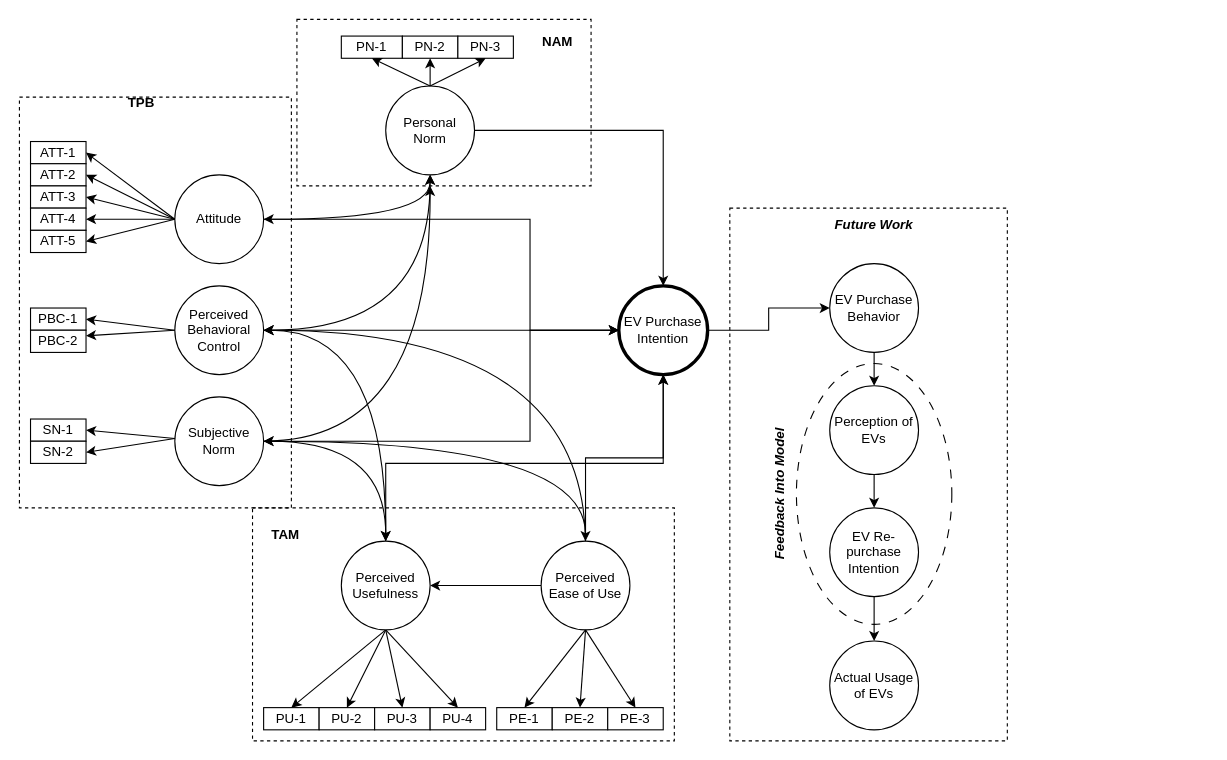
This is research_framework_2.drawio from ChullEPG/taxi-survey, a draw.io file, before an edit. Source tidied: cells renumbered, new cells numbered last; positions are measured from the earlier drawing's top-left corner, leaving out a move shared by most shapes. Both pictures are drawn from the tidied source at 111%, with x=0, y=0 at pixel (19, 19).
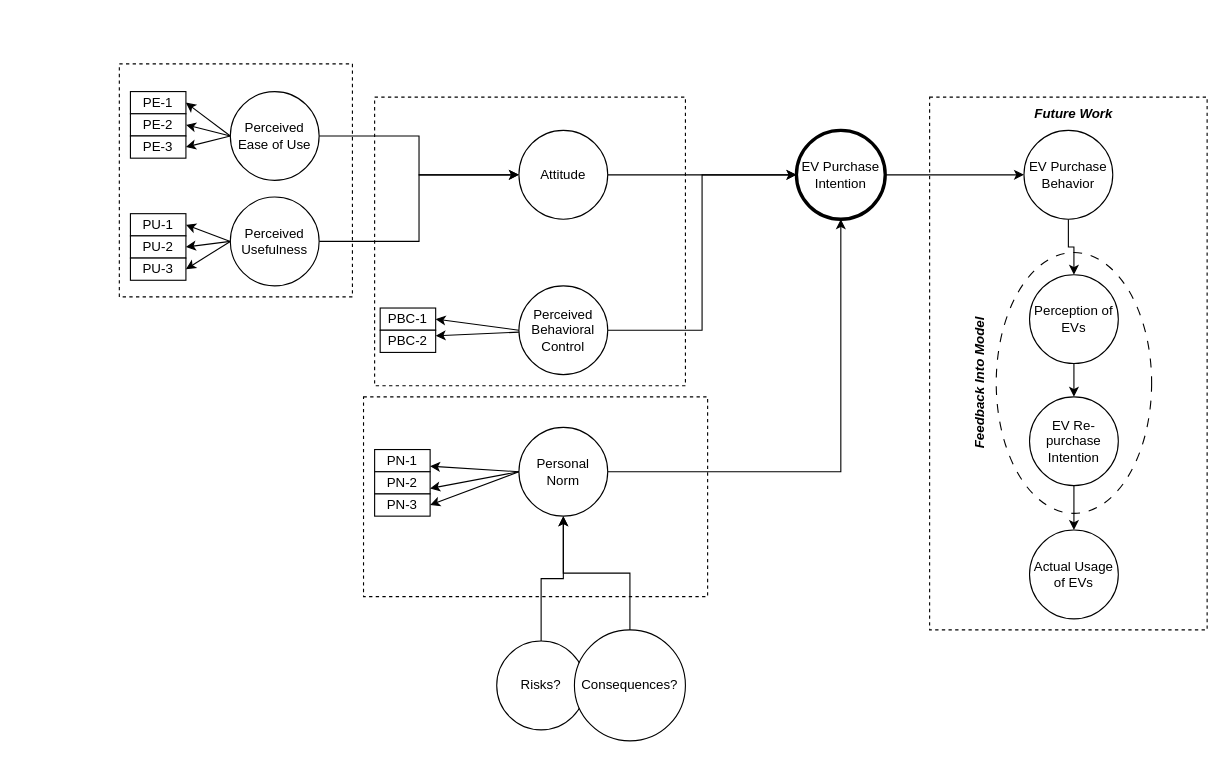
The same diagram, later.

The edit, as a diff of the source:
```diff
@@
-    <mxCell id="2" style="whiteSpace=wrap;html=1;fillColor=none;dashed=1;" parent="1" vertex="1">
-      <mxGeometry x="210" y="440" width="380" height="210" as="geometry" />
-    </mxCell>
-    <mxCell id="3" style="whiteSpace=wrap;html=1;fillColor=none;dashed=1;" parent="1" vertex="1">
-      <mxGeometry x="250" width="265" height="150" as="geometry" />
-    </mxCell>
+    <mxCell id="79" style="rounded=0;whiteSpace=wrap;html=1;fillColor=none;dashed=1;" parent="1" vertex="1">
+      <mxGeometry x="310" y="340" width="310" height="180" as="geometry" />
+    </mxCell>
     <mxCell id="4" style="ellipse;whiteSpace=wrap;html=1;dashed=1;dashPattern=8 8;fillColor=none;" parent="1" vertex="1">
-      <mxGeometry x="700" y="310" width="140" height="235" as="geometry" />
+      <mxGeometry x="880" y="210" width="140" height="235" as="geometry" />
     </mxCell>
     <mxCell id="5" style="whiteSpace=wrap;html=1;fillColor=none;dashed=1;" parent="1" vertex="1">
-      <mxGeometry x="640" y="170" width="250" height="480" as="geometry" />
+      <mxGeometry x="820" y="70" width="250" height="480" as="geometry" />
     </mxCell>
-    <mxCell id="6" style="whiteSpace=wrap;html=1;fillColor=none;dashed=1;" parent="1" vertex="1">
-      <mxGeometry y="70" width="245" height="370" as="geometry" />
-    </mxCell>
-    <mxCell id="7" style="edgeStyle=orthogonalEdgeStyle;rounded=0;jettySize=auto;html=1;entryX=0;entryY=0.5;entryDx=0;entryDy=0;" parent="1" edge="1" source="10" target="66">
-      <mxGeometry relative="1" as="geometry">
-        <Array as="points">
-          <mxPoint x="460" y="180" />
-          <mxPoint x="460" y="280" />
-        </Array>
-      </mxGeometry>
+    <mxCell id="7" style="edgeStyle=orthogonalEdgeStyle;rounded=0;jettySize=auto;html=1;" parent="1" edge="1" source="10" target="66">
+      <mxGeometry relative="1" as="geometry" />
     </mxCell>
-    <mxCell id="8" style="edgeStyle=orthogonalEdgeStyle;curved=1;rounded=0;jettySize=auto;html=1;exitX=1;exitY=0.5;exitDx=0;exitDy=0;entryX=0.5;entryY=1;entryDx=0;entryDy=0;startArrow=classic;startFill=1;" parent="1" edge="1" source="10" target="22">
-      <mxGeometry relative="1" as="geometry" />
-    </mxCell>
-    <mxCell id="9" style="edgeStyle=none;rounded=0;jettySize=auto;html=1;exitX=0;exitY=0.5;exitDx=0;exitDy=0;entryX=1;entryY=0.5;entryDx=0;entryDy=0;" parent="1" edge="1" source="10" target="78">
-      <mxGeometry relative="1" as="geometry" />
-    </mxCell>
     <mxCell id="10" value="Attitude" style="ellipse;whiteSpace=wrap;html=1;" parent="1" vertex="1">
-      <mxGeometry x="140" y="140" width="80" height="80" as="geometry" />
+      <mxGeometry x="450" y="100" width="80" height="80" as="geometry" />
     </mxCell>
@@
-    <mxCell id="12" style="edgeStyle=orthogonalEdgeStyle;curved=1;rounded=0;jettySize=auto;html=1;exitX=1;exitY=0.5;exitDx=0;exitDy=0;entryX=0.5;entryY=1;entryDx=0;entryDy=0;startArrow=classic;startFill=1;" parent="1" edge="1" source="15" target="22">
-      <mxGeometry relative="1" as="geometry" />
-    </mxCell>
-    <mxCell id="13" style="edgeStyle=orthogonalEdgeStyle;curved=1;rounded=0;jettySize=auto;html=1;exitX=1;exitY=0.5;exitDx=0;exitDy=0;startArrow=classic;startFill=1;" parent="1" edge="1" source="15" target="77">
-      <mxGeometry relative="1" as="geometry" />
-    </mxCell>
-    <mxCell id="14" style="edgeStyle=orthogonalEdgeStyle;curved=1;rounded=0;jettySize=auto;html=1;exitX=1;exitY=0.5;exitDx=0;exitDy=0;startArrow=classic;startFill=1;" parent="1" edge="1" source="15">
-      <mxGeometry relative="1" as="geometry">
-        <mxPoint x="510" y="480" as="targetPoint" />
-      </mxGeometry>
-    </mxCell>
     <mxCell id="15" value="Perceived Behavioral Control" style="ellipse;whiteSpace=wrap;html=1;" parent="1" vertex="1">
-      <mxGeometry x="140" y="240" width="80" height="80" as="geometry" />
+      <mxGeometry x="450" y="240" width="80" height="80" as="geometry" />
     </mxCell>
-    <mxCell id="16" style="edgeStyle=orthogonalEdgeStyle;rounded=0;jettySize=auto;html=1;entryX=0;entryY=0.5;entryDx=0;entryDy=0;" parent="1" edge="1" source="20" target="66">
-      <mxGeometry relative="1" as="geometry">
-        <Array as="points">
-          <mxPoint x="460" y="380" />
-          <mxPoint x="460" y="280" />
-        </Array>
-      </mxGeometry>
-    </mxCell>
-    <mxCell id="17" style="edgeStyle=orthogonalEdgeStyle;curved=1;rounded=0;jettySize=auto;html=1;exitX=1;exitY=0.5;exitDx=0;exitDy=0;entryX=0.5;entryY=0;entryDx=0;entryDy=0;startArrow=classic;startFill=1;" parent="1" edge="1" source="20" target="77">
-      <mxGeometry relative="1" as="geometry" />
-    </mxCell>
-    <mxCell id="18" style="edgeStyle=orthogonalEdgeStyle;curved=1;rounded=0;jettySize=auto;html=1;exitX=1;exitY=0.5;exitDx=0;exitDy=0;startArrow=classic;startFill=1;" parent="1" edge="1" source="20" target="25">
-      <mxGeometry relative="1" as="geometry" />
-    </mxCell>
-    <mxCell id="19" style="edgeStyle=orthogonalEdgeStyle;curved=1;rounded=0;jettySize=auto;html=1;exitX=1;exitY=0.5;exitDx=0;exitDy=0;" parent="1" edge="1" source="20">
-      <mxGeometry relative="1" as="geometry">
-        <mxPoint x="370" y="150" as="targetPoint" />
-      </mxGeometry>
-    </mxCell>
-    <mxCell id="20" value="Subjective Norm" style="ellipse;whiteSpace=wrap;html=1;" parent="1" vertex="1">
-      <mxGeometry x="140" y="340" width="80" height="80" as="geometry" />
-    </mxCell>
@@
     <mxCell id="22" value="Personal Norm" style="ellipse;whiteSpace=wrap;html=1;" parent="1" vertex="1">
-      <mxGeometry x="330" y="60" width="80" height="80" as="geometry" />
+      <mxGeometry x="450" y="367.5" width="80" height="80" as="geometry" />
     </mxCell>
-    <mxCell id="23" style="edgeStyle=orthogonalEdgeStyle;rounded=0;jettySize=auto;html=1;" parent="1" edge="1" source="25" target="77">
-      <mxGeometry relative="1" as="geometry" />
-    </mxCell>
-    <mxCell id="24" style="edgeStyle=orthogonalEdgeStyle;rounded=0;jettySize=auto;html=1;" parent="1" edge="1" source="25" target="66">
-      <mxGeometry relative="1" as="geometry" />
-    </mxCell>
+    <mxCell id="80" style="edgeStyle=orthogonalEdgeStyle;rounded=0;jettySize=auto;html=1;" parent="1" edge="1" source="25" target="10">
+      <mxGeometry relative="1" as="geometry" />
+    </mxCell>
     <mxCell id="25" value="Perceived Ease of Use" style="ellipse;whiteSpace=wrap;html=1;" parent="1" vertex="1">
-      <mxGeometry x="470" y="470" width="80" height="80" as="geometry" />
+      <mxGeometry x="190" y="65" width="80" height="80" as="geometry" />
     </mxCell>
-    <mxCell id="26" value="SN-1" style="rounded=0;whiteSpace=wrap;html=1;" parent="1" vertex="1">
-      <mxGeometry x="10" y="360" width="50" height="20" as="geometry" />
-    </mxCell>
-    <mxCell id="27" value="SN-2" style="rounded=0;whiteSpace=wrap;html=1;" parent="1" vertex="1">
-      <mxGeometry x="10" y="380" width="50" height="20" as="geometry" />
-    </mxCell>
     <mxCell id="28" value="PU-1" style="rounded=0;whiteSpace=wrap;html=1;" parent="1" vertex="1">
-      <mxGeometry x="220" y="620" width="50" height="20" as="geometry" />
+      <mxGeometry x="100" y="175" width="50" height="20" as="geometry" />
     </mxCell>
-    <mxCell id="29" value="PU-2" style="rounded=0;whiteSpace=wrap;html=1;" parent="1" vertex="1">
-      <mxGeometry x="270" y="620" width="50" height="20" as="geometry" />
-    </mxCell>
-    <mxCell id="30" value="PU-3" style="rounded=0;whiteSpace=wrap;html=1;" parent="1" vertex="1">
-      <mxGeometry x="320" y="620" width="50" height="20" as="geometry" />
-    </mxCell>
-    <mxCell id="31" value="PU-4" style="rounded=0;whiteSpace=wrap;html=1;" parent="1" vertex="1">
-      <mxGeometry x="370" y="620" width="50" height="20" as="geometry" />
-    </mxCell>
-    <mxCell id="32" style="endArrow=classic;html=1;rounded=0;exitX=0.5;exitY=1;exitDx=0;exitDy=0;entryX=0.5;entryY=0;entryDx=0;entryDy=0;" parent="1" edge="1" source="77" target="28">
-      <mxGeometry relative="1" as="geometry" />
-    </mxCell>
-    <mxCell id="33" style="endArrow=classic;html=1;rounded=0;exitX=0.5;exitY=1;exitDx=0;exitDy=0;entryX=0.5;entryY=0;entryDx=0;entryDy=0;" parent="1" edge="1" source="77" target="30">
-      <mxGeometry relative="1" as="geometry" />
-    </mxCell>
-    <mxCell id="34" style="endArrow=classic;html=1;rounded=0;entryX=0.5;entryY=0;entryDx=0;entryDy=0;exitX=0.5;exitY=1;exitDx=0;exitDy=0;" parent="1" edge="1" source="77" target="29">
-      <mxGeometry relative="1" as="geometry" />
-    </mxCell>
-    <mxCell id="35" style="endArrow=classic;html=1;rounded=0;exitX=0.5;exitY=1;exitDx=0;exitDy=0;entryX=0.5;entryY=0;entryDx=0;entryDy=0;" parent="1" edge="1" source="77" target="31">
-      <mxGeometry relative="1" as="geometry" />
-    </mxCell>
-    <mxCell id="36" value="PE-1" style="rounded=0;whiteSpace=wrap;html=1;" parent="1" vertex="1">
-      <mxGeometry x="430" y="620" width="50" height="20" as="geometry" />
-    </mxCell>
-    <mxCell id="37" value="PE-2" style="rounded=0;whiteSpace=wrap;html=1;" parent="1" vertex="1">
-      <mxGeometry x="480" y="620" width="50" height="20" as="geometry" />
-    </mxCell>
-    <mxCell id="38" value="PE-3" style="rounded=0;whiteSpace=wrap;html=1;" parent="1" vertex="1">
-      <mxGeometry x="530" y="620" width="50" height="20" as="geometry" />
-    </mxCell>
-    <mxCell id="39" style="endArrow=classic;html=1;rounded=0;entryX=0.5;entryY=0;entryDx=0;entryDy=0;" parent="1" edge="1" target="36">
-      <mxGeometry relative="1" as="geometry">
-        <mxPoint x="510" y="550" as="sourcePoint" />
-      </mxGeometry>
-    </mxCell>
-    <mxCell id="40" style="endArrow=classic;html=1;rounded=0;exitX=0.5;exitY=1;exitDx=0;exitDy=0;entryX=0.5;entryY=0;entryDx=0;entryDy=0;" parent="1" edge="1" source="25" target="37">
-      <mxGeometry relative="1" as="geometry" />
-    </mxCell>
-    <mxCell id="41" style="endArrow=classic;html=1;rounded=0;exitX=0.5;exitY=1;exitDx=0;exitDy=0;entryX=0.5;entryY=0;entryDx=0;entryDy=0;" parent="1" edge="1" source="25" target="38">
-      <mxGeometry relative="1" as="geometry" />
-    </mxCell>
     <mxCell id="42" value="PBC-1" style="rounded=0;whiteSpace=wrap;html=1;" parent="1" vertex="1">
-      <mxGeometry x="10" y="260" width="50" height="20" as="geometry" />
+      <mxGeometry x="325" y="260" width="50" height="20" as="geometry" />
     </mxCell>
-    <mxCell id="43" value="ATT-1" style="rounded=0;whiteSpace=wrap;html=1;" parent="1" vertex="1">
-      <mxGeometry x="10" y="110" width="50" height="20" as="geometry" />
-    </mxCell>
-    <mxCell id="44" value="ATT-2" style="rounded=0;whiteSpace=wrap;html=1;" parent="1" vertex="1">
-      <mxGeometry x="10" y="130" width="50" height="20" as="geometry" />
-    </mxCell>
-    <mxCell id="45" value="ATT-3" style="rounded=0;whiteSpace=wrap;html=1;" parent="1" vertex="1">
-      <mxGeometry x="10" y="150" width="50" height="20" as="geometry" />
-    </mxCell>
     <mxCell id="46" value="PBC-2" style="rounded=0;whiteSpace=wrap;html=1;" parent="1" vertex="1">
-      <mxGeometry x="10" y="280" width="50" height="20" as="geometry" />
+      <mxGeometry x="325" y="280" width="50" height="20" as="geometry" />
     </mxCell>
     <mxCell id="47" value="PN-1" style="rounded=0;whiteSpace=wrap;html=1;" parent="1" vertex="1">
-      <mxGeometry x="290" y="15" width="55" height="20" as="geometry" />
+      <mxGeometry x="320" y="387.5" width="50" height="20" as="geometry" />
     </mxCell>
     <mxCell id="48" value="PN-2" style="rounded=0;whiteSpace=wrap;html=1;" parent="1" vertex="1">
-      <mxGeometry x="345" y="15" width="50" height="20" as="geometry" />
+      <mxGeometry x="320" y="407.5" width="50" height="20" as="geometry" />
     </mxCell>
     <mxCell id="49" value="PN-3" style="rounded=0;whiteSpace=wrap;html=1;" parent="1" vertex="1">
-      <mxGeometry x="395" y="15" width="50" height="20" as="geometry" />
+      <mxGeometry x="320" y="427.5" width="50" height="20" as="geometry" />
     </mxCell>
-    <mxCell id="50" style="endArrow=classic;html=1;rounded=0;exitX=0;exitY=0.5;exitDx=0;exitDy=0;entryX=1;entryY=0.5;entryDx=0;entryDy=0;" parent="1" edge="1" target="43">
-      <mxGeometry relative="1" as="geometry">
-        <mxPoint x="140" y="180" as="sourcePoint" />
-      </mxGeometry>
-    </mxCell>
-    <mxCell id="51" style="endArrow=classic;html=1;rounded=0;exitX=0;exitY=0.5;exitDx=0;exitDy=0;entryX=1;entryY=0.5;entryDx=0;entryDy=0;" parent="1" edge="1" target="45">
-      <mxGeometry relative="1" as="geometry">
-        <mxPoint x="140" y="180" as="sourcePoint" />
-      </mxGeometry>
-    </mxCell>
-    <mxCell id="52" style="endArrow=classic;html=1;rounded=0;entryX=1;entryY=0.5;entryDx=0;entryDy=0;" parent="1" edge="1" target="44">
-      <mxGeometry relative="1" as="geometry">
-        <mxPoint x="140" y="180" as="sourcePoint" />
-      </mxGeometry>
-    </mxCell>
-    <mxCell id="53" style="endArrow=classic;html=1;rounded=0;exitX=0;exitY=0.5;exitDx=0;exitDy=0;entryX=1;entryY=0.5;entryDx=0;entryDy=0;" parent="1" edge="1" target="54">
-      <mxGeometry relative="1" as="geometry">
-        <mxPoint x="140" y="180" as="sourcePoint" />
-      </mxGeometry>
-    </mxCell>
-    <mxCell id="54" value="ATT-4" style="rounded=0;whiteSpace=wrap;html=1;" parent="1" vertex="1">
-      <mxGeometry x="10" y="170" width="50" height="20" as="geometry" />
-    </mxCell>
-    <mxCell id="55" style="endArrow=classic;html=1;rounded=0;exitX=0;exitY=0.5;exitDx=0;exitDy=0;entryX=1;entryY=0.25;entryDx=0;entryDy=0;" parent="1" edge="1" target="46">
-      <mxGeometry relative="1" as="geometry">
-        <mxPoint x="140" y="280" as="sourcePoint" />
-      </mxGeometry>
+    <mxCell id="55" style="endArrow=classic;html=1;rounded=0;entryX=1;entryY=0.25;entryDx=0;entryDy=0;" parent="1" edge="1" source="15" target="46">
+      <mxGeometry relative="1" as="geometry" />
     </mxCell>
-    <mxCell id="56" style="endArrow=classic;html=1;rounded=0;entryX=1;entryY=0.5;entryDx=0;entryDy=0;" parent="1" edge="1" target="42">
-      <mxGeometry relative="1" as="geometry">
-        <mxPoint x="140" y="280" as="sourcePoint" />
-      </mxGeometry>
+    <mxCell id="56" style="endArrow=classic;html=1;rounded=0;entryX=1;entryY=0.5;entryDx=0;entryDy=0;exitX=0;exitY=0.5;exitDx=0;exitDy=0;" parent="1" edge="1" source="15" target="42">
+      <mxGeometry relative="1" as="geometry" />
     </mxCell>
-    <mxCell id="57" style="endArrow=classic;html=1;rounded=0;exitX=0;exitY=0.5;exitDx=0;exitDy=0;entryX=1;entryY=0.5;entryDx=0;entryDy=0;" parent="1" edge="1" target="27">
-      <mxGeometry relative="1" as="geometry">
-        <mxPoint x="140" y="377.5" as="sourcePoint" />
-      </mxGeometry>
-    </mxCell>
-    <mxCell id="58" style="endArrow=classic;html=1;rounded=0;entryX=1;entryY=0.5;entryDx=0;entryDy=0;" parent="1" edge="1" target="26">
-      <mxGeometry relative="1" as="geometry">
-        <mxPoint x="140" y="377.5" as="sourcePoint" />
-      </mxGeometry>
-    </mxCell>
-    <mxCell id="59" style="endArrow=classic;html=1;rounded=0;entryX=0.5;entryY=1;entryDx=0;entryDy=0;exitX=0.5;exitY=0;exitDx=0;exitDy=0;" parent="1" edge="1" source="22" target="48">
+    <mxCell id="59" style="endArrow=classic;html=1;rounded=0;entryX=1;entryY=0.75;entryDx=0;entryDy=0;exitX=0;exitY=0.5;exitDx=0;exitDy=0;" parent="1" edge="1" source="22" target="48">
       <mxGeometry relative="1" as="geometry" />
     </mxCell>
-    <mxCell id="60" style="endArrow=classic;html=1;rounded=0;entryX=0.5;entryY=1;entryDx=0;entryDy=0;exitX=0.5;exitY=0;exitDx=0;exitDy=0;" parent="1" edge="1" source="22" target="47">
+    <mxCell id="60" style="endArrow=classic;html=1;rounded=0;entryX=1;entryY=0.75;entryDx=0;entryDy=0;exitX=0;exitY=0.5;exitDx=0;exitDy=0;" parent="1" edge="1" source="22" target="47">
       <mxGeometry relative="1" as="geometry" />
     </mxCell>
-    <mxCell id="61" style="endArrow=classic;html=1;rounded=0;exitX=0.5;exitY=0;exitDx=0;exitDy=0;entryX=0.5;entryY=1;entryDx=0;entryDy=0;" parent="1" edge="1" source="22" target="49">
+    <mxCell id="61" style="endArrow=classic;html=1;rounded=0;exitX=0;exitY=0.5;exitDx=0;exitDy=0;entryX=1;entryY=0.5;entryDx=0;entryDy=0;" parent="1" edge="1" source="22" target="49">
       <mxGeometry relative="1" as="geometry" />
     </mxCell>
-    <mxCell id="62" value="&lt;b&gt;TPB&lt;/b&gt;" style="text;strokeColor=none;align=center;fillColor=none;html=1;verticalAlign=middle;whiteSpace=wrap;rounded=0;" parent="1" vertex="1">
-      <mxGeometry x="80" y="60" width="60" height="30" as="geometry" />
-    </mxCell>
-    <mxCell id="63" value="&lt;b&gt;NAM&lt;/b&gt;" style="text;strokeColor=none;align=center;fillColor=none;html=1;verticalAlign=middle;whiteSpace=wrap;rounded=0;" parent="1" vertex="1">
-      <mxGeometry x="455" y="5" width="60" height="30" as="geometry" />
-    </mxCell>
-    <mxCell id="64" value="&lt;b&gt;TAM&lt;/b&gt;" style="text;strokeColor=none;align=center;fillColor=none;html=1;verticalAlign=middle;whiteSpace=wrap;rounded=0;" parent="1" vertex="1">
-      <mxGeometry x="210" y="450" width="60" height="30" as="geometry" />
-    </mxCell>
@@
     <mxCell id="66" value="EV Purchase Intention" style="ellipse;whiteSpace=wrap;html=1;strokeWidth=3;" parent="1" vertex="1">
-      <mxGeometry x="540" y="240" width="80" height="80" as="geometry" />
+      <mxGeometry x="700" y="100" width="80" height="80" as="geometry" />
     </mxCell>
@@
     <mxCell id="68" value="EV Purchase Behavior" style="ellipse;whiteSpace=wrap;html=1;" parent="1" vertex="1">
-      <mxGeometry x="730" y="220" width="80" height="80" as="geometry" />
+      <mxGeometry x="905" y="100" width="80" height="80" as="geometry" />
     </mxCell>
     <mxCell id="69" value="&lt;b&gt;&lt;i&gt;Future Work&lt;/i&gt;&lt;/b&gt;" style="text;strokeColor=none;align=center;fillColor=none;html=1;verticalAlign=middle;whiteSpace=wrap;rounded=0;" parent="1" vertex="1">
-      <mxGeometry x="695" y="170" width="150" height="30" as="geometry" />
+      <mxGeometry x="875" y="70" width="150" height="30" as="geometry" />
     </mxCell>
@@
     <mxCell id="71" value="Perception of EVs" style="ellipse;whiteSpace=wrap;html=1;" parent="1" vertex="1">
-      <mxGeometry x="730" y="330" width="80" height="80" as="geometry" />
+      <mxGeometry x="910" y="230" width="80" height="80" as="geometry" />
     </mxCell>
@@
     <mxCell id="73" value="EV Re-purchase Intention" style="ellipse;whiteSpace=wrap;html=1;" parent="1" vertex="1">
-      <mxGeometry x="730" y="440" width="80" height="80" as="geometry" />
+      <mxGeometry x="910" y="340" width="80" height="80" as="geometry" />
     </mxCell>
     <mxCell id="74" value="Actual Usage of EVs" style="ellipse;whiteSpace=wrap;html=1;" parent="1" vertex="1">
-      <mxGeometry x="730" y="560" width="80" height="80" as="geometry" />
+      <mxGeometry x="910" y="460" width="80" height="80" as="geometry" />
     </mxCell>
     <mxCell id="75" value="&lt;b&gt;&lt;i&gt;Feedback Into Model&lt;/i&gt;&lt;/b&gt;" style="text;strokeColor=none;align=center;fillColor=none;html=1;verticalAlign=middle;whiteSpace=wrap;rounded=0;rotation=-90;" parent="1" vertex="1">
-      <mxGeometry x="610" y="417.5" width="150" height="20" as="geometry" />
+      <mxGeometry x="790" y="317.5" width="150" height="20" as="geometry" />
     </mxCell>
-    <mxCell id="76" style="edgeStyle=orthogonalEdgeStyle;rounded=0;jettySize=auto;html=1;entryX=0.5;entryY=1;entryDx=0;entryDy=0;" parent="1" edge="1" source="77" target="66">
-      <mxGeometry relative="1" as="geometry">
-        <Array as="points">
-          <mxPoint x="330" y="400" />
-          <mxPoint x="580" y="400" />
-        </Array>
-      </mxGeometry>
-    </mxCell>
+    <mxCell id="81" style="edgeStyle=orthogonalEdgeStyle;rounded=0;jettySize=auto;html=1;" parent="1" edge="1" source="77" target="10">
+      <mxGeometry relative="1" as="geometry" />
+    </mxCell>
     <mxCell id="77" value="Perceived Usefulness" style="ellipse;whiteSpace=wrap;html=1;" parent="1" vertex="1">
-      <mxGeometry x="290" y="470" width="80" height="80" as="geometry" />
+      <mxGeometry x="190" y="160" width="80" height="80" as="geometry" />
     </mxCell>
-    <mxCell id="78" value="ATT-5" style="rounded=0;whiteSpace=wrap;html=1;" parent="1" vertex="1">
-      <mxGeometry x="10" y="190" width="50" height="20" as="geometry" />
-    </mxCell>
+    <mxCell id="29" value="PU-2" style="rounded=0;whiteSpace=wrap;html=1;" parent="1" vertex="1">
+      <mxGeometry x="100" y="195" width="50" height="20" as="geometry" />
+    </mxCell>
+    <mxCell id="30" value="PU-3" style="rounded=0;whiteSpace=wrap;html=1;" parent="1" vertex="1">
+      <mxGeometry x="100" y="215" width="50" height="20" as="geometry" />
+    </mxCell>
+    <mxCell id="36" value="PE-1" style="rounded=0;whiteSpace=wrap;html=1;" parent="1" vertex="1">
+      <mxGeometry x="100" y="65" width="50" height="20" as="geometry" />
+    </mxCell>
+    <mxCell id="37" value="PE-2" style="rounded=0;whiteSpace=wrap;html=1;" parent="1" vertex="1">
+      <mxGeometry x="100" y="85" width="50" height="20" as="geometry" />
+    </mxCell>
+    <mxCell id="38" value="PE-3" style="rounded=0;whiteSpace=wrap;html=1;" parent="1" vertex="1">
+      <mxGeometry x="100" y="105" width="50" height="20" as="geometry" />
+    </mxCell>
+    <mxCell id="82" style="endArrow=classic;html=1;rounded=0;exitX=0;exitY=0.5;exitDx=0;exitDy=0;entryX=1;entryY=0.5;entryDx=0;entryDy=0;" parent="1" edge="1" source="25" target="36">
+      <mxGeometry relative="1" as="geometry" />
+    </mxCell>
+    <mxCell id="83" style="endArrow=classic;html=1;rounded=0;entryX=1;entryY=0.5;entryDx=0;entryDy=0;" parent="1" edge="1" target="37">
+      <mxGeometry relative="1" as="geometry">
+        <mxPoint x="190" y="105" as="sourcePoint" />
+      </mxGeometry>
+    </mxCell>
+    <mxCell id="41" style="endArrow=classic;html=1;rounded=0;entryX=1;entryY=0.5;entryDx=0;entryDy=0;exitX=0;exitY=0.5;exitDx=0;exitDy=0;" parent="1" edge="1" source="25" target="38">
+      <mxGeometry relative="1" as="geometry" />
+    </mxCell>
+    <mxCell id="84" style="endArrow=classic;html=1;rounded=0;exitX=0;exitY=0.5;exitDx=0;exitDy=0;entryX=1;entryY=0.5;entryDx=0;entryDy=0;" parent="1" edge="1" source="77">
+      <mxGeometry relative="1" as="geometry">
+        <mxPoint x="150" y="185" as="targetPoint" />
+      </mxGeometry>
+    </mxCell>
+    <mxCell id="34" style="endArrow=classic;html=1;rounded=0;exitX=0;exitY=0.5;exitDx=0;exitDy=0;entryX=1;entryY=0.5;entryDx=0;entryDy=0;" parent="1" edge="1" source="77" target="29">
+      <mxGeometry relative="1" as="geometry" />
+    </mxCell>
+    <mxCell id="33" style="endArrow=classic;html=1;rounded=0;exitX=0;exitY=0.5;exitDx=0;exitDy=0;entryX=1;entryY=0.5;entryDx=0;entryDy=0;" parent="1" edge="1" source="77" target="30">
+      <mxGeometry relative="1" as="geometry" />
+    </mxCell>
+    <mxCell id="85" style="rounded=0;whiteSpace=wrap;html=1;fillColor=none;dashed=1;" parent="1" vertex="1">
+      <mxGeometry x="90" y="40" width="210" height="210" as="geometry" />
+    </mxCell>
+    <mxCell id="86" style="rounded=0;whiteSpace=wrap;html=1;fillColor=none;dashed=1;" parent="1" vertex="1">
+      <mxGeometry x="320" y="70" width="280" height="260" as="geometry" />
+    </mxCell>
+    <mxCell id="87" style="edgeStyle=orthogonalEdgeStyle;rounded=0;jettySize=auto;html=1;" parent="1" edge="1" source="88" target="22">
+      <mxGeometry relative="1" as="geometry" />
+    </mxCell>
+    <mxCell id="88" value="Risks?" style="ellipse;whiteSpace=wrap;html=1;" parent="1" vertex="1">
+      <mxGeometry x="430" y="560" width="80" height="80" as="geometry" />
+    </mxCell>
+    <mxCell id="89" style="edgeStyle=orthogonalEdgeStyle;rounded=0;jettySize=auto;html=1;entryX=0.5;entryY=1;entryDx=0;entryDy=0;" parent="1" edge="1" source="90" target="22">
+      <mxGeometry relative="1" as="geometry" />
+    </mxCell>
+    <mxCell id="90" value="Consequences?" style="ellipse;whiteSpace=wrap;html=1;" parent="1" vertex="1">
+      <mxGeometry x="500" y="550" width="100" height="100" as="geometry" />
+    </mxCell>
```
